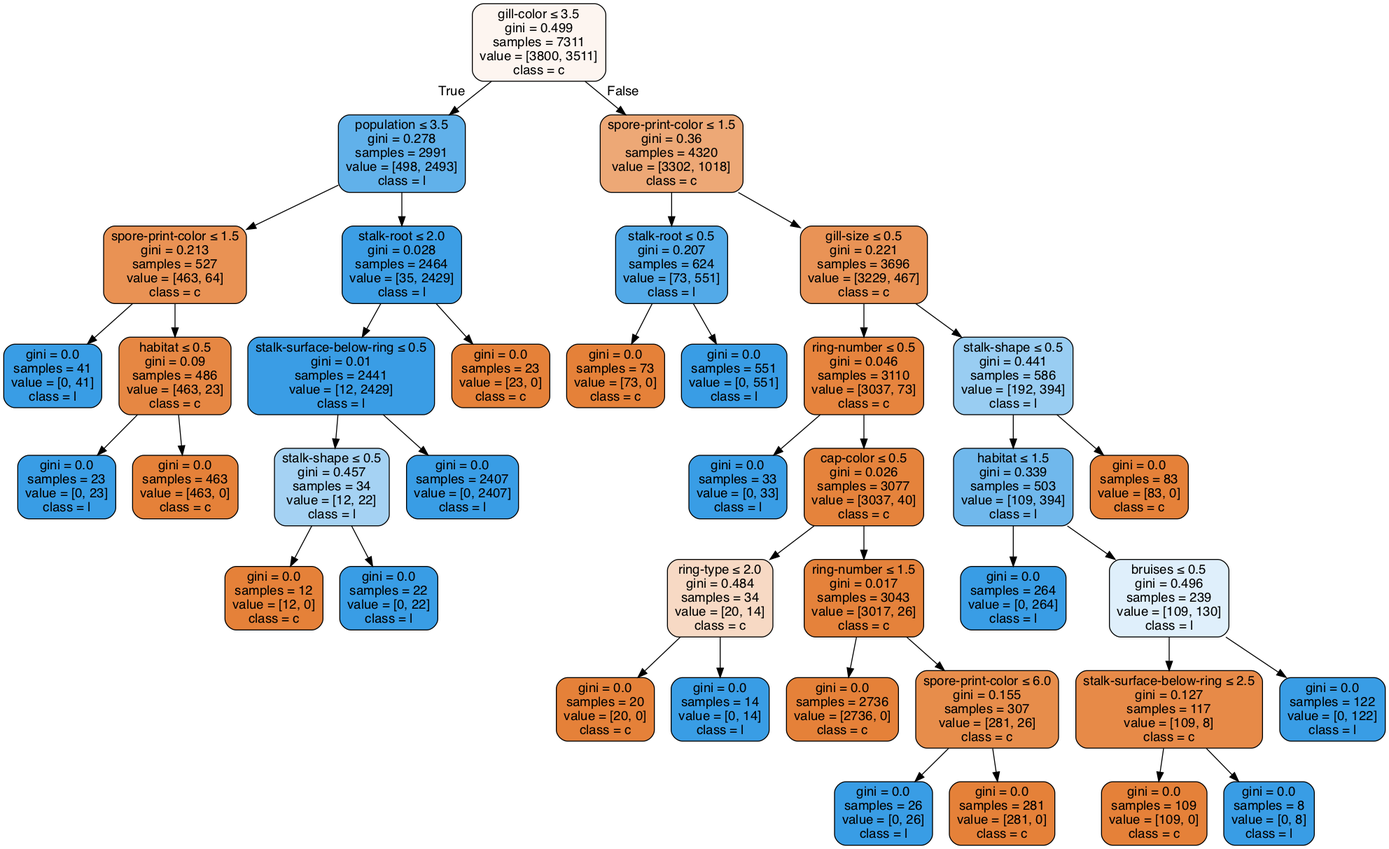
Before: Lab02/clf-90-10.gv.png, a diagram exported from Graphviz (anhle199/Intro2AI-HCMUS). Its source is kept beside it as Lab02/clf-90-10.gv. Source of this version:
```dot
digraph Tree {
node [shape=box, style="filled, rounded", color="black", fontname=helvetica] ;
edge [fontname=helvetica] ;
0 [label=<gill-color &le; 3.5<br/>gini = 0.499<br/>samples = 7311<br/>value = [3800, 3511]<br/>class = c>, fillcolor="#fdf5f0"] ;
1 [label=<population &le; 3.5<br/>gini = 0.278<br/>samples = 2991<br/>value = [498, 2493]<br/>class = l>, fillcolor="#61b1ea"] ;
0 -> 1 [labeldistance=2.5, labelangle=45, headlabel="True"] ;
2 [label=<spore-print-color &le; 1.5<br/>gini = 0.213<br/>samples = 527<br/>value = [463, 64]<br/>class = c>, fillcolor="#e99254"] ;
1 -> 2 ;
3 [label=<gini = 0.0<br/>samples = 41<br/>value = [0, 41]<br/>class = l>, fillcolor="#399de5"] ;
2 -> 3 ;
4 [label=<habitat &le; 0.5<br/>gini = 0.09<br/>samples = 486<br/>value = [463, 23]<br/>class = c>, fillcolor="#e68743"] ;
2 -> 4 ;
5 [label=<gini = 0.0<br/>samples = 23<br/>value = [0, 23]<br/>class = l>, fillcolor="#399de5"] ;
4 -> 5 ;
6 [label=<gini = 0.0<br/>samples = 463<br/>value = [463, 0]<br/>class = c>, fillcolor="#e58139"] ;
4 -> 6 ;
7 [label=<stalk-root &le; 2.0<br/>gini = 0.028<br/>samples = 2464<br/>value = [35, 2429]<br/>class = l>, fillcolor="#3c9ee5"] ;
1 -> 7 ;
8 [label=<stalk-surface-below-ring &le; 0.5<br/>gini = 0.01<br/>samples = 2441<br/>value = [12, 2429]<br/>class = l>, fillcolor="#3a9de5"] ;
7 -> 8 ;
9 [label=<stalk-shape &le; 0.5<br/>gini = 0.457<br/>samples = 34<br/>value = [12, 22]<br/>class = l>, fillcolor="#a5d2f3"] ;
8 -> 9 ;
10 [label=<gini = 0.0<br/>samples = 12<br/>value = [12, 0]<br/>class = c>, fillcolor="#e58139"] ;
9 -> 10 ;
11 [label=<gini = 0.0<br/>samples = 22<br/>value = [0, 22]<br/>class = l>, fillcolor="#399de5"] ;
9 -> 11 ;
12 [label=<gini = 0.0<br/>samples = 2407<br/>value = [0, 2407]<br/>class = l>, fillcolor="#399de5"] ;
8 -> 12 ;
13 [label=<gini = 0.0<br/>samples = 23<br/>value = [23, 0]<br/>class = c>, fillcolor="#e58139"] ;
7 -> 13 ;
14 [label=<spore-print-color &le; 1.5<br/>gini = 0.36<br/>samples = 4320<br/>value = [3302, 1018]<br/>class = c>, fillcolor="#eda876"] ;
0 -> 14 [labeldistance=2.5, labelangle=-45, headlabel="False"] ;
15 [label=<stalk-root &le; 0.5<br/>gini = 0.207<br/>samples = 624<br/>value = [73, 551]<br/>class = l>, fillcolor="#53aae8"] ;
14 -> 15 ;
16 [label=<gini = 0.0<br/>samples = 73<br/>value = [73, 0]<br/>class = c>, fillcolor="#e58139"] ;
15 -> 16 ;
17 [label=<gini = 0.0<br/>samples = 551<br/>value = [0, 551]<br/>class = l>, fillcolor="#399de5"] ;
15 -> 17 ;
18 [label=<gill-size &le; 0.5<br/>gini = 0.221<br/>samples = 3696<br/>value = [3229, 467]<br/>class = c>, fillcolor="#e99356"] ;
14 -> 18 ;
19 [label=<ring-number &le; 0.5<br/>gini = 0.046<br/>samples = 3110<br/>value = [3037, 73]<br/>class = c>, fillcolor="#e6843e"] ;
18 -> 19 ;
20 [label=<gini = 0.0<br/>samples = 33<br/>value = [0, 33]<br/>class = l>, fillcolor="#399de5"] ;
19 -> 20 ;
21 [label=<cap-color &le; 0.5<br/>gini = 0.026<br/>samples = 3077<br/>value = [3037, 40]<br/>class = c>, fillcolor="#e5833c"] ;
19 -> 21 ;
22 [label=<ring-type &le; 2.0<br/>gini = 0.484<br/>samples = 34<br/>value = [20, 14]<br/>class = c>, fillcolor="#f7d9c4"] ;
21 -> 22 ;
23 [label=<gini = 0.0<br/>samples = 20<br/>value = [20, 0]<br/>class = c>, fillcolor="#e58139"] ;
22 -> 23 ;
24 [label=<gini = 0.0<br/>samples = 14<br/>value = [0, 14]<br/>class = l>, fillcolor="#399de5"] ;
22 -> 24 ;
25 [label=<ring-number &le; 1.5<br/>gini = 0.017<br/>samples = 3043<br/>value = [3017, 26]<br/>class = c>, fillcolor="#e5823b"] ;
21 -> 25 ;
26 [label=<gini = 0.0<br/>samples = 2736<br/>value = [2736, 0]<br/>class = c>, fillcolor="#e58139"] ;
25 -> 26 ;
27 [label=<spore-print-color &le; 6.0<br/>gini = 0.155<br/>samples = 307<br/>value = [281, 26]<br/>class = c>, fillcolor="#e78d4b"] ;
25 -> 27 ;
28 [label=<gini = 0.0<br/>samples = 26<br/>value = [0, 26]<br/>class = l>, fillcolor="#399de5"] ;
27 -> 28 ;
29 [label=<gini = 0.0<br/>samples = 281<br/>value = [281, 0]<br/>class = c>, fillcolor="#e58139"] ;
27 -> 29 ;
30 [label=<stalk-shape &le; 0.5<br/>gini = 0.441<br/>samples = 586<br/>value = [192, 394]<br/>class = l>, fillcolor="#99cdf2"] ;
18 -> 30 ;
31 [label=<habitat &le; 1.5<br/>gini = 0.339<br/>samples = 503<br/>value = [109, 394]<br/>class = l>, fillcolor="#70b8ec"] ;
30 -> 31 ;
32 [label=<gini = 0.0<br/>samples = 264<br/>value = [0, 264]<br/>class = l>, fillcolor="#399de5"] ;
31 -> 32 ;
33 [label=<bruises &le; 0.5<br/>gini = 0.496<br/>samples = 239<br/>value = [109, 130]<br/>class = l>, fillcolor="#dfeffb"] ;
31 -> 33 ;
34 [label=<stalk-surface-below-ring &le; 2.5<br/>gini = 0.127<br/>samples = 117<br/>value = [109, 8]<br/>class = c>, fillcolor="#e78a48"] ;
33 -> 34 ;
35 [label=<gini = 0.0<br/>samples = 109<br/>value = [109, 0]<br/>class = c>, fillcolor="#e58139"] ;
34 -> 35 ;
36 [label=<gini = 0.0<br/>samples = 8<br/>value = [0, 8]<br/>class = l>, fillcolor="#399de5"] ;
34 -> 36 ;
37 [label=<gini = 0.0<br/>samples = 122<br/>value = [0, 122]<br/>class = l>, fillcolor="#399de5"] ;
33 -> 37 ;
38 [label=<gini = 0.0<br/>samples = 83<br/>value = [83, 0]<br/>class = c>, fillcolor="#e58139"] ;
30 -> 38 ;
}
```
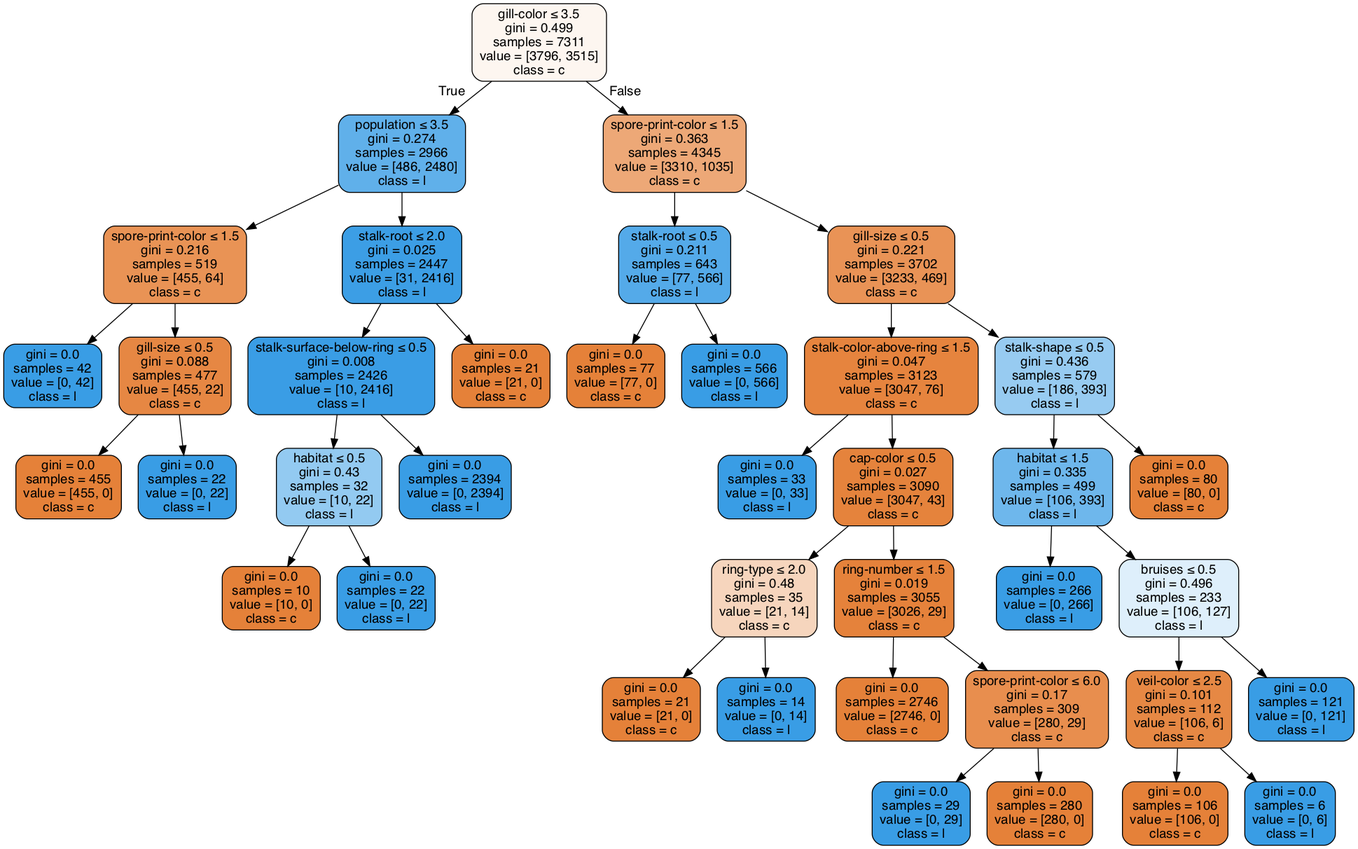
Above is the later version.

Change to the diagram source:
```diff
@@ -1,81 +1,81 @@
 digraph Tree {
 node [shape=box, style="filled, rounded", color="black", fontname=helvetica] ;
 edge [fontname=helvetica] ;
-0 [label=<gill-color &le; 3.5<br/>gini = 0.499<br/>samples = 7311<br/>value = [3800, 3511]<br/>class = c>, fillcolor="#fdf5f0"] ;
-1 [label=<population &le; 3.5<br/>gini = 0.278<br/>samples = 2991<br/>value = [498, 2493]<br/>class = l>, fillcolor="#61b1ea"] ;
+0 [label=<gill-color &le; 3.5<br/>gini = 0.499<br/>samples = 7311<br/>value = [3796, 3515]<br/>class = c>, fillcolor="#fdf6f0"] ;
+1 [label=<population &le; 3.5<br/>gini = 0.274<br/>samples = 2966<br/>value = [486, 2480]<br/>class = l>, fillcolor="#60b0ea"] ;
 0 -> 1 [labeldistance=2.5, labelangle=45, headlabel="True"] ;
-2 [label=<spore-print-color &le; 1.5<br/>gini = 0.213<br/>samples = 527<br/>value = [463, 64]<br/>class = c>, fillcolor="#e99254"] ;
+2 [label=<spore-print-color &le; 1.5<br/>gini = 0.216<br/>samples = 519<br/>value = [455, 64]<br/>class = c>, fillcolor="#e99355"] ;
 1 -> 2 ;
-3 [label=<gini = 0.0<br/>samples = 41<br/>value = [0, 41]<br/>class = l>, fillcolor="#399de5"] ;
+3 [label=<gini = 0.0<br/>samples = 42<br/>value = [0, 42]<br/>class = l>, fillcolor="#399de5"] ;
 2 -> 3 ;
-4 [label=<habitat &le; 0.5<br/>gini = 0.09<br/>samples = 486<br/>value = [463, 23]<br/>class = c>, fillcolor="#e68743"] ;
+4 [label=<gill-size &le; 0.5<br/>gini = 0.088<br/>samples = 477<br/>value = [455, 22]<br/>class = c>, fillcolor="#e68743"] ;
 2 -> 4 ;
-5 [label=<gini = 0.0<br/>samples = 23<br/>value = [0, 23]<br/>class = l>, fillcolor="#399de5"] ;
+5 [label=<gini = 0.0<br/>samples = 455<br/>value = [455, 0]<br/>class = c>, fillcolor="#e58139"] ;
 4 -> 5 ;
-6 [label=<gini = 0.0<br/>samples = 463<br/>value = [463, 0]<br/>class = c>, fillcolor="#e58139"] ;
+6 [label=<gini = 0.0<br/>samples = 22<br/>value = [0, 22]<br/>class = l>, fillcolor="#399de5"] ;
 4 -> 6 ;
-7 [label=<stalk-root &le; 2.0<br/>gini = 0.028<br/>samples = 2464<br/>value = [35, 2429]<br/>class = l>, fillcolor="#3c9ee5"] ;
+7 [label=<stalk-root &le; 2.0<br/>gini = 0.025<br/>samples = 2447<br/>value = [31, 2416]<br/>class = l>, fillcolor="#3c9ee5"] ;
 1 -> 7 ;
-8 [label=<stalk-surface-below-ring &le; 0.5<br/>gini = 0.01<br/>samples = 2441<br/>value = [12, 2429]<br/>class = l>, fillcolor="#3a9de5"] ;
+8 [label=<stalk-surface-below-ring &le; 0.5<br/>gini = 0.008<br/>samples = 2426<br/>value = [10, 2416]<br/>class = l>, fillcolor="#3a9de5"] ;
 7 -> 8 ;
-9 [label=<stalk-shape &le; 0.5<br/>gini = 0.457<br/>samples = 34<br/>value = [12, 22]<br/>class = l>, fillcolor="#a5d2f3"] ;
+9 [label=<habitat &le; 0.5<br/>gini = 0.43<br/>samples = 32<br/>value = [10, 22]<br/>class = l>, fillcolor="#93caf1"] ;
 8 -> 9 ;
-10 [label=<gini = 0.0<br/>samples = 12<br/>value = [12, 0]<br/>class = c>, fillcolor="#e58139"] ;
+10 [label=<gini = 0.0<br/>samples = 10<br/>value = [10, 0]<br/>class = c>, fillcolor="#e58139"] ;
 9 -> 10 ;
 11 [label=<gini = 0.0<br/>samples = 22<br/>value = [0, 22]<br/>class = l>, fillcolor="#399de5"] ;
 9 -> 11 ;
-12 [label=<gini = 0.0<br/>samples = 2407<br/>value = [0, 2407]<br/>class = l>, fillcolor="#399de5"] ;
+12 [label=<gini = 0.0<br/>samples = 2394<br/>value = [0, 2394]<br/>class = l>, fillcolor="#399de5"] ;
 8 -> 12 ;
-13 [label=<gini = 0.0<br/>samples = 23<br/>value = [23, 0]<br/>class = c>, fillcolor="#e58139"] ;
+13 [label=<gini = 0.0<br/>samples = 21<br/>value = [21, 0]<br/>class = c>, fillcolor="#e58139"] ;
 7 -> 13 ;
-14 [label=<spore-print-color &le; 1.5<br/>gini = 0.36<br/>samples = 4320<br/>value = [3302, 1018]<br/>class = c>, fillcolor="#eda876"] ;
+14 [label=<spore-print-color &le; 1.5<br/>gini = 0.363<br/>samples = 4345<br/>value = [3310, 1035]<br/>class = c>, fillcolor="#eda877"] ;
 0 -> 14 [labeldistance=2.5, labelangle=-45, headlabel="False"] ;
-15 [label=<stalk-root &le; 0.5<br/>gini = 0.207<br/>samples = 624<br/>value = [73, 551]<br/>class = l>, fillcolor="#53aae8"] ;
+15 [label=<stalk-root &le; 0.5<br/>gini = 0.211<br/>samples = 643<br/>value = [77, 566]<br/>class = l>, fillcolor="#54aae9"] ;
 14 -> 15 ;
-16 [label=<gini = 0.0<br/>samples = 73<br/>value = [73, 0]<br/>class = c>, fillcolor="#e58139"] ;
+16 [label=<gini = 0.0<br/>samples = 77<br/>value = [77, 0]<br/>class = c>, fillcolor="#e58139"] ;
 15 -> 16 ;
-17 [label=<gini = 0.0<br/>samples = 551<br/>value = [0, 551]<br/>class = l>, fillcolor="#399de5"] ;
+17 [label=<gini = 0.0<br/>samples = 566<br/>value = [0, 566]<br/>class = l>, fillcolor="#399de5"] ;
 15 -> 17 ;
-18 [label=<gill-size &le; 0.5<br/>gini = 0.221<br/>samples = 3696<br/>value = [3229, 467]<br/>class = c>, fillcolor="#e99356"] ;
+18 [label=<gill-size &le; 0.5<br/>gini = 0.221<br/>samples = 3702<br/>value = [3233, 469]<br/>class = c>, fillcolor="#e99356"] ;
 14 -> 18 ;
-19 [label=<ring-number &le; 0.5<br/>gini = 0.046<br/>samples = 3110<br/>value = [3037, 73]<br/>class = c>, fillcolor="#e6843e"] ;
+19 [label=<stalk-color-above-ring &le; 1.5<br/>gini = 0.047<br/>samples = 3123<br/>value = [3047, 76]<br/>class = c>, fillcolor="#e6843e"] ;
 18 -> 19 ;
 20 [label=<gini = 0.0<br/>samples = 33<br/>value = [0, 33]<br/>class = l>, fillcolor="#399de5"] ;
 19 -> 20 ;
-21 [label=<cap-color &le; 0.5<br/>gini = 0.026<br/>samples = 3077<br/>value = [3037, 40]<br/>class = c>, fillcolor="#e5833c"] ;
+21 [label=<cap-color &le; 0.5<br/>gini = 0.027<br/>samples = 3090<br/>value = [3047, 43]<br/>class = c>, fillcolor="#e5833c"] ;
 19 -> 21 ;
-22 [label=<ring-type &le; 2.0<br/>gini = 0.484<br/>samples = 34<br/>value = [20, 14]<br/>class = c>, fillcolor="#f7d9c4"] ;
+22 [label=<ring-type &le; 2.0<br/>gini = 0.48<br/>samples = 35<br/>value = [21, 14]<br/>class = c>, fillcolor="#f6d5bd"] ;
 21 -> 22 ;
-23 [label=<gini = 0.0<br/>samples = 20<br/>value = [20, 0]<br/>class = c>, fillcolor="#e58139"] ;
+23 [label=<gini = 0.0<br/>samples = 21<br/>value = [21, 0]<br/>class = c>, fillcolor="#e58139"] ;
 22 -> 23 ;
 24 [label=<gini = 0.0<br/>samples = 14<br/>value = [0, 14]<br/>class = l>, fillcolor="#399de5"] ;
 22 -> 24 ;
-25 [label=<ring-number &le; 1.5<br/>gini = 0.017<br/>samples = 3043<br/>value = [3017, 26]<br/>class = c>, fillcolor="#e5823b"] ;
+25 [label=<ring-number &le; 1.5<br/>gini = 0.019<br/>samples = 3055<br/>value = [3026, 29]<br/>class = c>, fillcolor="#e5823b"] ;
 21 -> 25 ;
-26 [label=<gini = 0.0<br/>samples = 2736<br/>value = [2736, 0]<br/>class = c>, fillcolor="#e58139"] ;
+26 [label=<gini = 0.0<br/>samples = 2746<br/>value = [2746, 0]<br/>class = c>, fillcolor="#e58139"] ;
 25 -> 26 ;
-27 [label=<spore-print-color &le; 6.0<br/>gini = 0.155<br/>samples = 307<br/>value = [281, 26]<br/>class = c>, fillcolor="#e78d4b"] ;
+27 [label=<spore-print-color &le; 6.0<br/>gini = 0.17<br/>samples = 309<br/>value = [280, 29]<br/>class = c>, fillcolor="#e88e4e"] ;
 25 -> 27 ;
-28 [label=<gini = 0.0<br/>samples = 26<br/>value = [0, 26]<br/>class = l>, fillcolor="#399de5"] ;
+28 [label=<gini = 0.0<br/>samples = 29<br/>value = [0, 29]<br/>class = l>, fillcolor="#399de5"] ;
 27 -> 28 ;
-29 [label=<gini = 0.0<br/>samples = 281<br/>value = [281, 0]<br/>class = c>, fillcolor="#e58139"] ;
+29 [label=<gini = 0.0<br/>samples = 280<br/>value = [280, 0]<br/>class = c>, fillcolor="#e58139"] ;
 27 -> 29 ;
-30 [label=<stalk-shape &le; 0.5<br/>gini = 0.441<br/>samples = 586<br/>value = [192, 394]<br/>class = l>, fillcolor="#99cdf2"] ;
+30 [label=<stalk-shape &le; 0.5<br/>gini = 0.436<br/>samples = 579<br/>value = [186, 393]<br/>class = l>, fillcolor="#97cbf1"] ;
 18 -> 30 ;
-31 [label=<habitat &le; 1.5<br/>gini = 0.339<br/>samples = 503<br/>value = [109, 394]<br/>class = l>, fillcolor="#70b8ec"] ;
+31 [label=<habitat &le; 1.5<br/>gini = 0.335<br/>samples = 499<br/>value = [106, 393]<br/>class = l>, fillcolor="#6eb7ec"] ;
 30 -> 31 ;
-32 [label=<gini = 0.0<br/>samples = 264<br/>value = [0, 264]<br/>class = l>, fillcolor="#399de5"] ;
+32 [label=<gini = 0.0<br/>samples = 266<br/>value = [0, 266]<br/>class = l>, fillcolor="#399de5"] ;
 31 -> 32 ;
-33 [label=<bruises &le; 0.5<br/>gini = 0.496<br/>samples = 239<br/>value = [109, 130]<br/>class = l>, fillcolor="#dfeffb"] ;
+33 [label=<bruises &le; 0.5<br/>gini = 0.496<br/>samples = 233<br/>value = [106, 127]<br/>class = l>, fillcolor="#deeffb"] ;
 31 -> 33 ;
-34 [label=<stalk-surface-below-ring &le; 2.5<br/>gini = 0.127<br/>samples = 117<br/>value = [109, 8]<br/>class = c>, fillcolor="#e78a48"] ;
+34 [label=<veil-color &le; 2.5<br/>gini = 0.101<br/>samples = 112<br/>value = [106, 6]<br/>class = c>, fillcolor="#e68844"] ;
 33 -> 34 ;
-35 [label=<gini = 0.0<br/>samples = 109<br/>value = [109, 0]<br/>class = c>, fillcolor="#e58139"] ;
+35 [label=<gini = 0.0<br/>samples = 106<br/>value = [106, 0]<br/>class = c>, fillcolor="#e58139"] ;
 34 -> 35 ;
-36 [label=<gini = 0.0<br/>samples = 8<br/>value = [0, 8]<br/>class = l>, fillcolor="#399de5"] ;
+36 [label=<gini = 0.0<br/>samples = 6<br/>value = [0, 6]<br/>class = l>, fillcolor="#399de5"] ;
 34 -> 36 ;
-37 [label=<gini = 0.0<br/>samples = 122<br/>value = [0, 122]<br/>class = l>, fillcolor="#399de5"] ;
+37 [label=<gini = 0.0<br/>samples = 121<br/>value = [0, 121]<br/>class = l>, fillcolor="#399de5"] ;
 33 -> 37 ;
-38 [label=<gini = 0.0<br/>samples = 83<br/>value = [83, 0]<br/>class = c>, fillcolor="#e58139"] ;
+38 [label=<gini = 0.0<br/>samples = 80<br/>value = [80, 0]<br/>class = c>, fillcolor="#e58139"] ;
 30 -> 38 ;
 }
```
